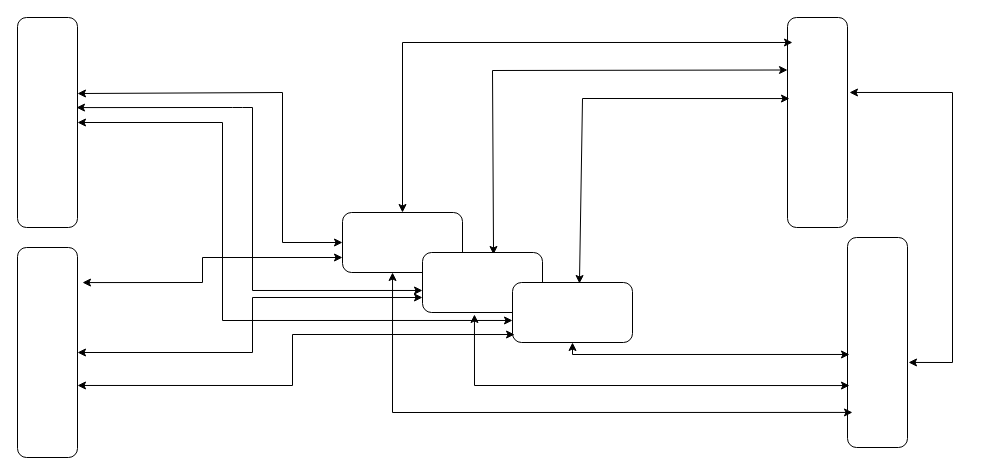
Earlier version of the draw.io diagram Начало2.drawio (bat2010/omegabi). Source tidied: cells renumbered, new cells numbered last; positions are measured from the earlier drawing's top-left corner, leaving out a move shared by most shapes. Both pictures are drawn from the tidied source at 100%, with x=0, y=0 at pixel (-58, 42).
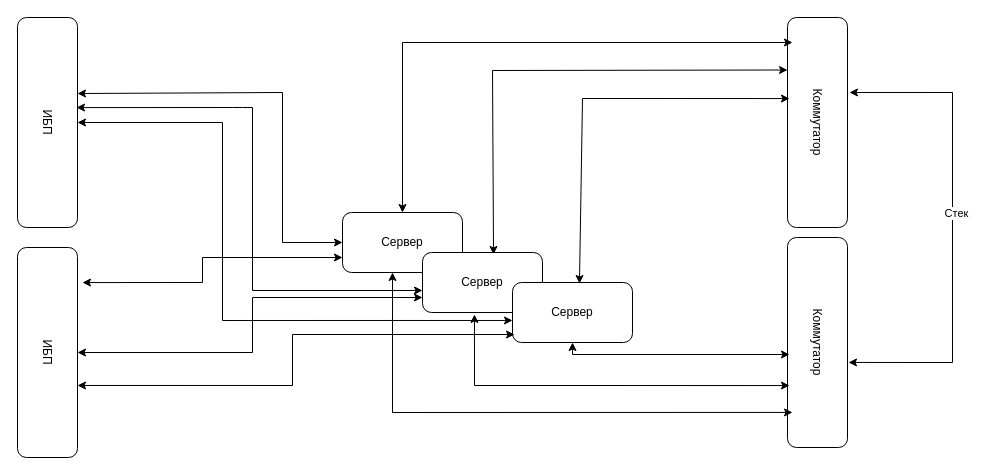
After the change.

The change refers to these unchanged cells:
```xml
<mxCell id="13" style="endArrow=classic;startArrow=classic;html=1;rounded=0;exitX=0.357;exitY=-0.033;exitDx=0;exitDy=0;exitPerimeter=0;entryX=0.595;entryY=-0.017;entryDx=0;entryDy=0;entryPerimeter=0;" parent="1" edge="1" source="3" target="4">
  <mxGeometry relative="1" as="geometry">
    <Array as="points">
      <mxPoint x="1010" y="50" />
      <mxPoint x="1010" y="320" />
    </Array>
  </mxGeometry>
</mxCell>
```

Diff of the diagram source:
```diff
@@
-    <mxCell id="2" style="rounded=1;whiteSpace=wrap;html=1;" parent="1" vertex="1">
+    <mxCell id="2" value="Сервер" style="rounded=1;whiteSpace=wrap;html=1;" parent="1" vertex="1">
       <mxGeometry x="400" y="170" width="120" height="60" as="geometry" />
     </mxCell>
-    <mxCell id="3" style="rounded=1;whiteSpace=wrap;html=1;rotation=90;" parent="1" vertex="1">
+    <mxCell id="3" value="Коммутатор" style="rounded=1;whiteSpace=wrap;html=1;rotation=90;" parent="1" vertex="1">
       <mxGeometry x="770" y="50" width="210" height="60" as="geometry" />
     </mxCell>
-    <mxCell id="4" style="rounded=1;whiteSpace=wrap;html=1;rotation=90;" parent="1" vertex="1">
-      <mxGeometry x="830" y="270" width="210" height="60" as="geometry" />
+    <mxCell id="4" value="Коммутатор" style="rounded=1;whiteSpace=wrap;html=1;rotation=90;" parent="1" vertex="1">
+      <mxGeometry x="770" y="270" width="210" height="60" as="geometry" />
     </mxCell>
@@
-    <mxCell id="8" style="rounded=1;whiteSpace=wrap;html=1;" parent="1" vertex="1">
+    <mxCell id="8" value="Сервер" style="rounded=1;whiteSpace=wrap;html=1;" parent="1" vertex="1">
       <mxGeometry x="480" y="210" width="120" height="60" as="geometry" />
     </mxCell>
-    <mxCell id="9" style="rounded=1;whiteSpace=wrap;html=1;" parent="1" vertex="1">
+    <mxCell id="9" value="Сервер" style="rounded=1;whiteSpace=wrap;html=1;" parent="1" vertex="1">
       <mxGeometry x="570" y="240" width="120" height="60" as="geometry" />
     </mxCell>
@@
+    <mxCell id="22" value="Стек" style="edgeLabel;html=1;align=center;verticalAlign=middle;" parent="13" vertex="1">
+      <mxGeometry x="-0.06" y="3" relative="1" as="geometry" />
+    </mxCell>
-    <mxCell id="14" style="rounded=1;whiteSpace=wrap;html=1;rotation=90;" parent="1" vertex="1">
+    <mxCell id="14" value="ИБП" style="rounded=1;whiteSpace=wrap;html=1;rotation=90;" parent="1" vertex="1">
       <mxGeometry y="280" width="210" height="60" as="geometry" />
     </mxCell>
-    <mxCell id="15" style="rounded=1;whiteSpace=wrap;html=1;rotation=90;" parent="1" vertex="1">
+    <mxCell id="15" value="ИБП" style="rounded=1;whiteSpace=wrap;html=1;rotation=90;" parent="1" vertex="1">
       <mxGeometry y="50" width="210" height="60" as="geometry" />
     </mxCell>
```
